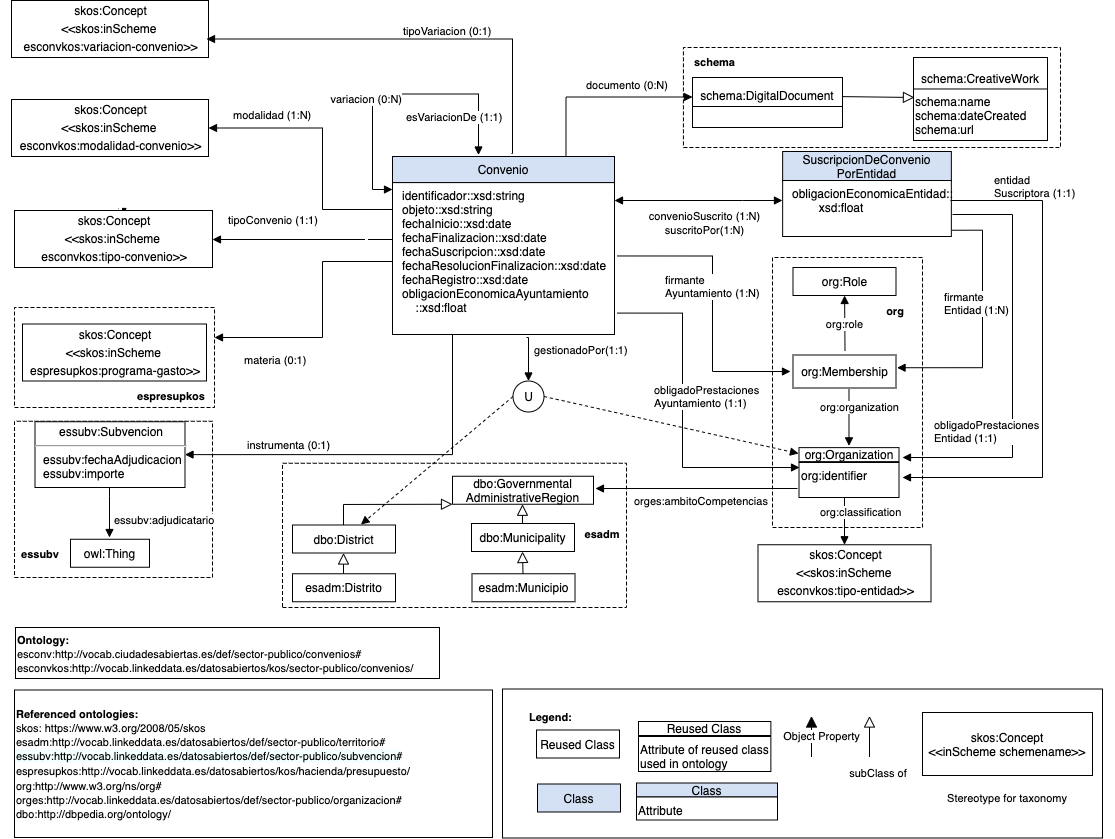
Above: OnToology/ontology/convenio.owl/documentation/resources/images/modeloConceptual.png in leticiarubalcabadg/vocab-sector-publico-convenios (draw.io), before the change. Source tidied: cells renumbered, new cells last; positions are measured from the earlier drawing's top-left corner, leaving out a move shared by most shapes.
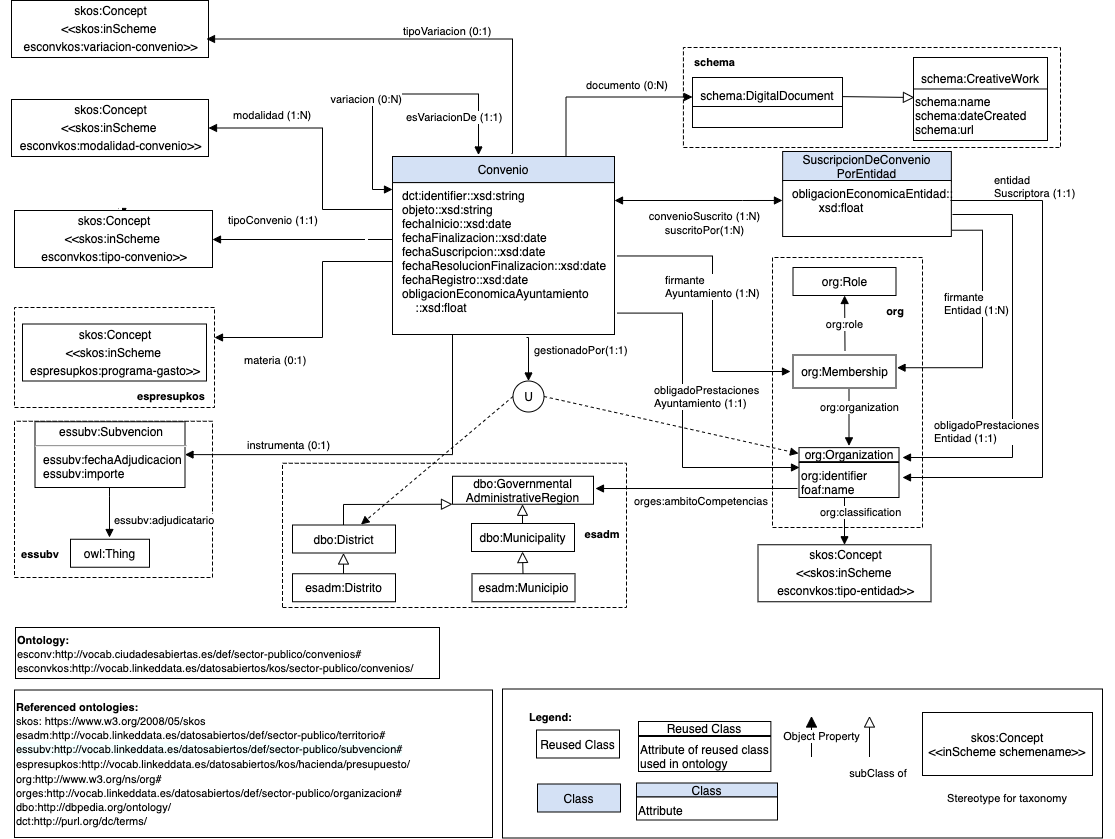
Later version of the same file.

Change to the diagram source:
```diff
@@ -204,7 +204,7 @@
     <mxCell id="45" style="html=1;align=left;verticalAlign=bottom;labelBackgroundColor=#ffffff;fontSize=10;" parent="44" vertex="1">
       <mxGeometry x="-1" relative="1" as="geometry" />
     </mxCell>
-    <mxCell id="46" value="&lt;p style=&quot;margin-left: 0 ; margin-right: 0 ; margin-top: 0px ; margin-bottom: 0px ; text-indent: 0 ; direction: ltr&quot;&gt;&lt;font style=&quot;color: rgb(0 , 0 , 0) ; direction: ltr ; letter-spacing: 0px ; line-height: 120% ; opacity: 1 ; font-size: 11px&quot;&gt;&lt;b&gt;Referenced ontologies:&lt;/b&gt;&lt;/font&gt;&lt;font style=&quot;color: rgb(0 , 0 , 0) ; direction: ltr ; letter-spacing: 0px ; line-height: 120% ; opacity: 1 ; font-size: 11px&quot;&gt;&lt;br&gt;skos: https://www.w3.org/2008/05/skos&lt;br&gt;esadm:http://vocab.linkeddata.es/datosabiertos/def/sector-publico/territorio#&lt;/font&gt;&lt;/p&gt;&lt;p style=&quot;margin-left: 0 ; margin-right: 0 ; margin-top: 0px ; margin-bottom: 0px ; text-indent: 0 ; direction: ltr&quot;&gt;&lt;font style=&quot;color: rgb(0 , 0 , 0) ; direction: ltr ; letter-spacing: 0px ; line-height: 120% ; opacity: 1&quot;&gt;&lt;span style=&quot;background-color: rgb(244 , 255 , 255)&quot;&gt;&lt;font style=&quot;font-size: 11px&quot;&gt;essubv:http://vocab.linkeddata.es/datosabiertos/def/sector-publico/subvencion#&lt;/font&gt;&lt;/span&gt;&lt;/font&gt;&lt;/p&gt;&lt;p style=&quot;margin-left: 0 ; margin-right: 0 ; margin-top: 0px ; margin-bottom: 0px ; text-indent: 0 ; direction: ltr&quot;&gt;&lt;font style=&quot;color: rgb(0 , 0 , 0) ; direction: ltr ; letter-spacing: 0px ; line-height: 120% ; opacity: 1&quot;&gt;&lt;span style=&quot;font-size: 11px&quot;&gt;espresupkos:http://vocab.linkeddata.es/datosabiertos/kos/hacienda/presupuesto/&lt;/span&gt;&lt;/font&gt;&lt;font style=&quot;color: rgb(0 , 0 , 0) ; direction: ltr ; letter-spacing: 0px ; line-height: 120% ; opacity: 1 ; font-size: 11px&quot;&gt;&lt;br&gt;org:http://www.w3.org/ns/org#&lt;br&gt;orges:http://vocab.linkeddata.es/datosabiertos/def/sector-publico/organizacion#&lt;br&gt;dbo:http://dbpedia.org/ontology/&lt;/font&gt;&lt;font style=&quot;color: rgb(0 , 0 , 0) ; direction: ltr ; letter-spacing: 0px ; line-height: 120% ; opacity: 1 ; font-family: &amp;#34;calibri&amp;#34; ; font-size: 11px&quot;&gt; &lt;br&gt;&lt;/font&gt;&lt;/p&gt;" style="verticalAlign=middle;align=left;vsdxID=292;fillColor=#FFFFFF;gradientColor=none;shape=(stored shape, 160 characters);labelBackgroundColor=none;rounded=0;html=1;whiteSpace=wrap;" parent="1" vertex="1">
+    <mxCell id="46" value="&lt;p style=&quot;margin-left: 0 ; margin-right: 0 ; margin-top: 0px ; margin-bottom: 0px ; text-indent: 0 ; direction: ltr&quot;&gt;&lt;font style=&quot;color: rgb(0 , 0 , 0) ; direction: ltr ; letter-spacing: 0px ; line-height: 120% ; opacity: 1 ; font-size: 11px&quot;&gt;&lt;b&gt;Referenced ontologies:&lt;/b&gt;&lt;/font&gt;&lt;font style=&quot;color: rgb(0 , 0 , 0) ; direction: ltr ; letter-spacing: 0px ; line-height: 120% ; opacity: 1 ; font-size: 11px&quot;&gt;&lt;br&gt;skos: https://www.w3.org/2008/05/skos&lt;br&gt;esadm:http://vocab.linkeddata.es/datosabiertos/def/sector-publico/territorio#&lt;/font&gt;&lt;/p&gt;&lt;p style=&quot;margin-left: 0 ; margin-right: 0 ; margin-top: 0px ; margin-bottom: 0px ; text-indent: 0 ; direction: ltr&quot;&gt;&lt;font style=&quot;color: rgb(0 , 0 , 0) ; direction: ltr ; letter-spacing: 0px ; line-height: 120% ; opacity: 1&quot;&gt;&lt;span style=&quot;background-color: rgb(244 , 255 , 255)&quot;&gt;&lt;font style=&quot;font-size: 11px&quot;&gt;essubv:http://vocab.linkeddata.es/datosabiertos/def/sector-publico/subvencion#&lt;/font&gt;&lt;/span&gt;&lt;/font&gt;&lt;/p&gt;&lt;p style=&quot;margin-left: 0 ; margin-right: 0 ; margin-top: 0px ; margin-bottom: 0px ; text-indent: 0 ; direction: ltr&quot;&gt;&lt;font style=&quot;color: rgb(0 , 0 , 0) ; direction: ltr ; letter-spacing: 0px ; line-height: 120% ; opacity: 1&quot;&gt;&lt;span style=&quot;font-size: 11px&quot;&gt;espresupkos:http://vocab.linkeddata.es/datosabiertos/kos/hacienda/presupuesto/&lt;/span&gt;&lt;/font&gt;&lt;font style=&quot;color: rgb(0 , 0 , 0) ; direction: ltr ; letter-spacing: 0px ; line-height: 120% ; opacity: 1 ; font-size: 11px&quot;&gt;&lt;br&gt;org:http://www.w3.org/ns/org#&lt;br&gt;orges:http://vocab.linkeddata.es/datosabiertos/def/sector-publico/organizacion#&lt;br&gt;dbo:http://dbpedia.org/ontology/&lt;/font&gt;&lt;/p&gt;&lt;p style=&quot;margin-left: 0 ; margin-right: 0 ; margin-top: 0px ; margin-bottom: 0px ; text-indent: 0 ; direction: ltr&quot;&gt;&lt;font style=&quot;color: rgb(0 , 0 , 0) ; direction: ltr ; letter-spacing: 0px ; line-height: 120% ; opacity: 1 ; font-size: 11px&quot;&gt;dct:http://purl.org/dc/terms/&lt;/font&gt;&lt;/p&gt;" style="verticalAlign=middle;align=left;vsdxID=292;fillColor=#FFFFFF;gradientColor=none;shape=(stored shape, 160 characters);labelBackgroundColor=none;rounded=0;html=1;whiteSpace=wrap;" parent="1" vertex="1">
       <mxGeometry x="14" y="689.5" width="478" height="147.5" as="geometry" />
     </mxCell>
     <mxCell id="47" value="&lt;p style=&quot;margin-left: 0 ; margin-right: 0 ; margin-top: 0px ; margin-bottom: 0px ; text-indent: 0 ; direction: ltr&quot;&gt;&lt;font style=&quot;font-size: 11px ; color: rgb(0 , 0 , 0) ; direction: ltr ; letter-spacing: 0px ; line-height: 120% ; opacity: 1&quot;&gt;&lt;b&gt;Ontology:&lt;br&gt;&lt;/b&gt;&lt;/font&gt;&lt;font style=&quot;font-size: 11px ; color: rgb(0 , 0 , 0) ; direction: ltr ; letter-spacing: 0px ; line-height: 120% ; opacity: 1&quot;&gt;   esconv:http://vocab.ciudadesabiertas.es/def/sector-publico/convenios#&lt;br&gt;&lt;/font&gt;&lt;/p&gt;&lt;p style=&quot;margin-left: 0 ; margin-right: 0 ; margin-top: 0px ; margin-bottom: 0px ; text-indent: 0 ; direction: ltr&quot;&gt;&lt;font style=&quot;font-size: 11px ; color: rgb(0 , 0 , 0) ; direction: ltr ; letter-spacing: 0px ; line-height: 120% ; opacity: 1&quot;&gt;esconvkos:http://vocab.linkeddata.es/datosabiertos/kos/sector-publico/convenios/&lt;/font&gt;&lt;/p&gt;" style="verticalAlign=middle;align=left;vsdxID=301;fillColor=#FFFFFF;gradientColor=none;shape=(stored shape, 160 characters);labelBackgroundColor=none;rounded=0;html=1;whiteSpace=wrap;" parent="1" vertex="1">
@@ -310,7 +310,7 @@
     <mxCell id="73" value="&lt;font style=&quot;font-size: 12px ; color: rgb(0 , 0 , 0) ; direction: ltr ; letter-spacing: 0px ; line-height: 120% ; opacity: 1&quot;&gt;Convenio&lt;br&gt;&lt;/font&gt;" style="verticalAlign=middle;align=center;vsdxID=307;fillColor=#D4E1F5;gradientColor=none;shape=(stored shape, 160 characters);labelBackgroundColor=none;rounded=0;html=1;whiteSpace=wrap;" parent="72" vertex="1">
       <mxGeometry x="-20" width="222" height="26.1" as="geometry" />
     </mxCell>
-    <mxCell id="74" value="&lt;p style=&quot;margin: 0px 0px 0px 8px&quot;&gt;identificador::xsd:string&lt;/p&gt;&lt;p style=&quot;margin: 0px 0px 0px 8px&quot;&gt;objeto::xsd:string&lt;/p&gt;&lt;p style=&quot;margin: 0px 0px 0px 8px&quot;&gt;fechaInicio::xsd:date&lt;/p&gt;&lt;p style=&quot;margin: 0px 0px 0px 8px&quot;&gt;fechaFinalizacion::xsd:date&lt;/p&gt;&lt;p style=&quot;margin: 0px 0px 0px 8px&quot;&gt;fechaSuscripcion::xsd:date&lt;/p&gt;&lt;p style=&quot;margin: 0px 0px 0px 8px&quot;&gt;fechaResolucion&lt;span&gt;Finalizacion&lt;/span&gt;&lt;span&gt;::xsd:date&lt;/span&gt;&lt;/p&gt;&lt;p style=&quot;margin: 0px 0px 0px 8px&quot;&gt;fechaRegistro::xsd:date&lt;/p&gt;&lt;p style=&quot;margin: 0px 0px 0px 8px&quot;&gt;&lt;span&gt;obligacionEconomica&lt;/span&gt;&lt;span&gt;Ayuntamiento&lt;/span&gt;&lt;/p&gt;&lt;p style=&quot;margin: 0px 0px 0px 8px&quot;&gt;&lt;span&gt;&amp;nbsp; &amp;nbsp; ::xsd:float&lt;/span&gt;&lt;/p&gt;&lt;p style=&quot;margin: 0px ; direction: ltr&quot;&gt;&lt;font style=&quot;direction: ltr ; letter-spacing: 0px ; line-height: 120% ; opacity: 1&quot;&gt;&lt;/font&gt;&lt;/p&gt;&lt;p style=&quot;margin: 0px 0px 0px 8px&quot;&gt;&lt;br style=&quot;white-space: nowrap&quot;&gt;&lt;/p&gt;" style="verticalAlign=top;align=left;vsdxID=308;fillColor=#FFFFFF;gradientColor=none;shape=(stored shape, 160 characters);labelBackgroundColor=none;rounded=0;html=1;whiteSpace=wrap;" parent="72" vertex="1">
+    <mxCell id="74" value="&lt;p style=&quot;margin: 0px 0px 0px 8px&quot;&gt;dct:identifier::xsd:string&lt;/p&gt;&lt;p style=&quot;margin: 0px 0px 0px 8px&quot;&gt;objeto::xsd:string&lt;/p&gt;&lt;p style=&quot;margin: 0px 0px 0px 8px&quot;&gt;fechaInicio::xsd:date&lt;/p&gt;&lt;p style=&quot;margin: 0px 0px 0px 8px&quot;&gt;fechaFinalizacion::xsd:date&lt;/p&gt;&lt;p style=&quot;margin: 0px 0px 0px 8px&quot;&gt;fechaSuscripcion::xsd:date&lt;/p&gt;&lt;p style=&quot;margin: 0px 0px 0px 8px&quot;&gt;fechaResolucion&lt;span&gt;Finalizacion&lt;/span&gt;&lt;span&gt;::xsd:date&lt;/span&gt;&lt;/p&gt;&lt;p style=&quot;margin: 0px 0px 0px 8px&quot;&gt;fechaRegistro::xsd:date&lt;/p&gt;&lt;p style=&quot;margin: 0px 0px 0px 8px&quot;&gt;&lt;span&gt;obligacionEconomica&lt;/span&gt;&lt;span&gt;Ayuntamiento&lt;/span&gt;&lt;/p&gt;&lt;p style=&quot;margin: 0px 0px 0px 8px&quot;&gt;&lt;span&gt;&amp;nbsp; &amp;nbsp; ::xsd:float&lt;/span&gt;&lt;/p&gt;&lt;p style=&quot;margin: 0px ; direction: ltr&quot;&gt;&lt;font style=&quot;direction: ltr ; letter-spacing: 0px ; line-height: 120% ; opacity: 1&quot;&gt;&lt;/font&gt;&lt;/p&gt;&lt;p style=&quot;margin: 0px 0px 0px 8px&quot;&gt;&lt;br style=&quot;white-space: nowrap&quot;&gt;&lt;/p&gt;" style="verticalAlign=top;align=left;vsdxID=308;fillColor=#FFFFFF;gradientColor=none;shape=(stored shape, 160 characters);labelBackgroundColor=none;rounded=0;html=1;whiteSpace=wrap;" parent="72" vertex="1">
       <mxGeometry x="-20" y="26.1" width="222" height="151.9" as="geometry" />
     </mxCell>
     <mxCell id="75" style="group;" parent="1" vertex="1">
@@ -383,7 +383,7 @@
     <mxCell id="91" value="org:Organization" style="verticalAlign=middle;align=center;vsdxID=310;fillColor=none;gradientColor=none;shape=(stored shape, 160 characters);labelBackgroundColor=none;rounded=0;html=1;whiteSpace=wrap;" parent="1" vertex="1">
       <mxGeometry x="798.5" y="447.1" width="100" height="14" as="geometry" />
     </mxCell>
-    <mxCell id="92" value="&lt;p style=&quot;margin-left: 0 ; margin-right: 0 ; margin-top: 0px ; margin-bottom: 0px ; text-indent: 0 ; direction: ltr&quot;&gt;&lt;font style=&quot;font-size: 12px ; color: rgb(0 , 0 , 0) ; direction: ltr ; letter-spacing: 0px ; line-height: 120% ; opacity: 1&quot;&gt;org:identifier&lt;br&gt;&lt;/font&gt;&lt;/p&gt;" style="verticalAlign=top;align=left;vsdxID=311;fillColor=#FFFFFF;gradientColor=none;shape=(stored shape, 160 characters);labelBackgroundColor=none;rounded=0;html=1;whiteSpace=wrap;" parent="1" vertex="1">
+    <mxCell id="92" value="&lt;p style=&quot;margin-left: 0 ; margin-right: 0 ; margin-top: 0px ; margin-bottom: 0px ; text-indent: 0 ; direction: ltr&quot;&gt;&lt;font style=&quot;font-size: 12px ; color: rgb(0 , 0 , 0) ; direction: ltr ; letter-spacing: 0px ; line-height: 120% ; opacity: 1&quot;&gt;org:identifier&lt;br&gt;&lt;/font&gt;&lt;/p&gt;&lt;p style=&quot;margin-left: 0 ; margin-right: 0 ; margin-top: 0px ; margin-bottom: 0px ; text-indent: 0 ; direction: ltr&quot;&gt;&lt;font style=&quot;font-size: 12px ; color: rgb(0 , 0 , 0) ; direction: ltr ; letter-spacing: 0px ; line-height: 120% ; opacity: 1&quot;&gt;foaf:name&lt;/font&gt;&lt;/p&gt;" style="verticalAlign=top;align=left;vsdxID=311;fillColor=#FFFFFF;gradientColor=none;shape=(stored shape, 160 characters);labelBackgroundColor=none;rounded=0;html=1;whiteSpace=wrap;" parent="1" vertex="1">
       <mxGeometry x="798.5" y="462" width="100" height="35" as="geometry" />
     </mxCell>
     <mxCell id="93" value="U" style="ellipse;whiteSpace=wrap;html=1;" parent="1" vertex="1">
```
